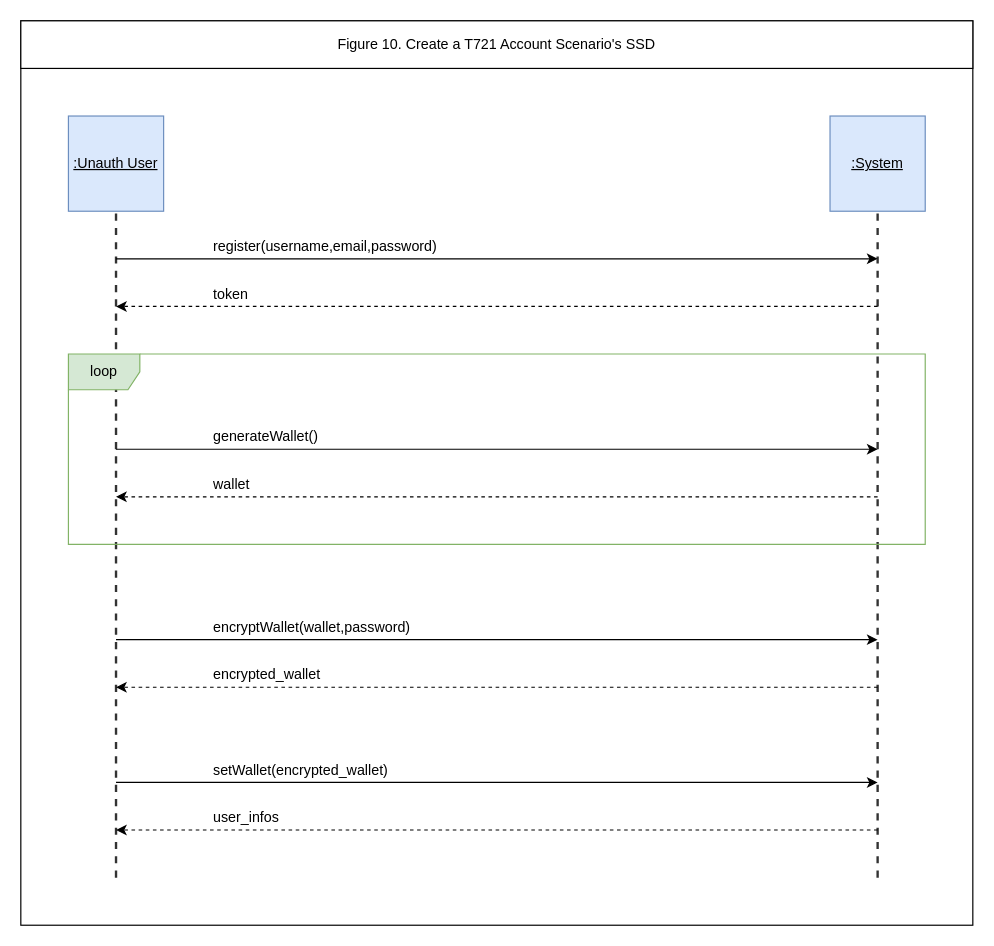
Earlier version of the draw.io diagram page "4_1_1_1_create_account_scenario" (11 of 21) of docs/srs/resources/t721.drawio (ticket721/env). Source tidied: cells renumbered, new cells numbered last; positions are measured from the earlier drawing's top-left corner, leaving out a move shared by most shapes. Both pictures are drawn from the tidied source at 119%, with x=0, y=0 at pixel (20, 20).
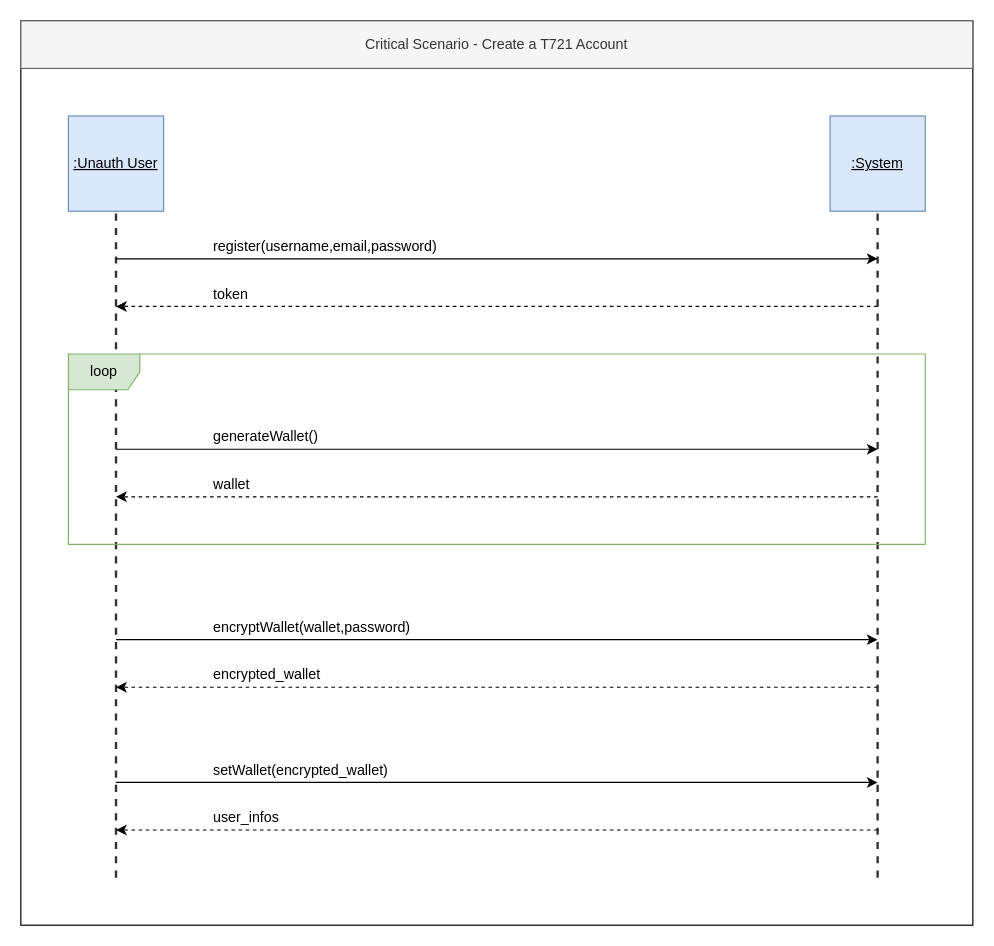
The same page after the edit.

What changed in the source:
```diff
@@
-    <mxCell id="4" value="Figure 10. Create a T721 Account Scenario's SSD" style="rounded=0;whiteSpace=wrap;html=1;fillColor=#ffffff;" parent="1" vertex="1">
+    <mxCell id="4" value="Critical Scenario - Create a T721 Account" style="rounded=0;whiteSpace=wrap;html=1;fillColor=#f5f5f5;strokeColor=#666666;fontColor=#333333;" parent="1" vertex="1">
       <mxGeometry width="800" height="40" as="geometry" />
     </mxCell>
```
